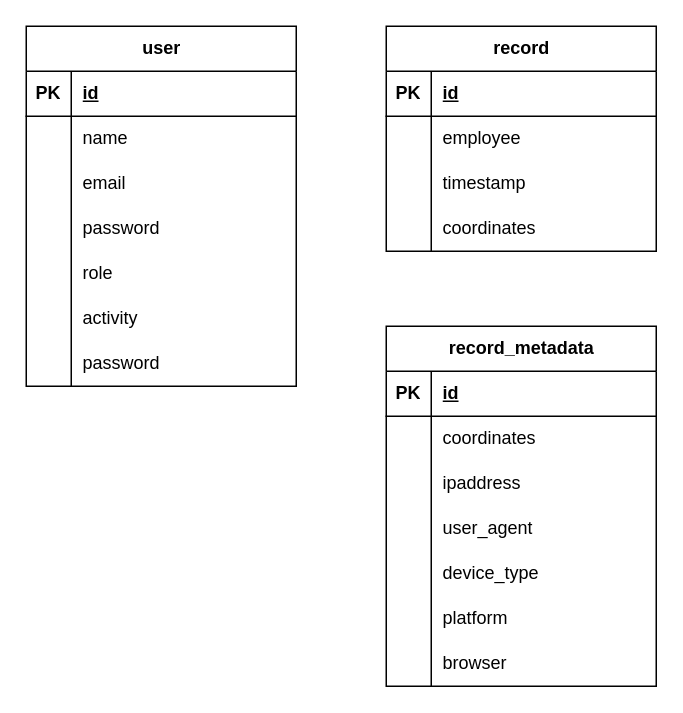
This is ER.drawio from itsjaof/esgts-projeto, a draw.io file, before an edit. Source tidied: cells renumbered, new cells numbered last; positions are measured from the earlier drawing's top-left corner, leaving out a move shared by most shapes. Both pictures are drawn from the tidied source at 150%, with x=0, y=0 at pixel (26, 26).
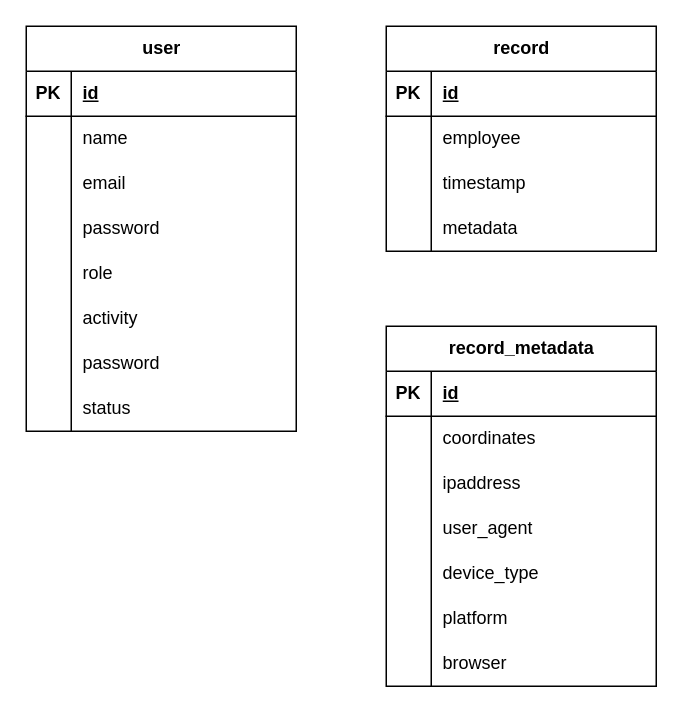
The same diagram, later.

The change refers to these unchanged cells:
```xml
<mxCell id="34" style="shape=tableRow;horizontal=0;startSize=0;swimlaneHead=0;swimlaneBody=0;fillColor=none;top=0;left=0;right=0;bottom=0;" parent="24" vertex="1">
  <mxGeometry y="120" width="180" height="30" as="geometry" />
</mxCell>
```

Diff of the diagram source:
```diff
@@
     <mxCell id="2" value="user" style="shape=table;startSize=30;childLayout=tableLayout;rowLines=0;fontStyle=1;align=center;html=1;" parent="1" vertex="1">
-      <mxGeometry width="180" height="240" as="geometry" />
+      <mxGeometry width="180" height="270" as="geometry" />
     </mxCell>
@@
+    <mxCell id="59" style="shape=tableRow;horizontal=0;startSize=0;swimlaneHead=0;swimlaneBody=0;fillColor=none;top=0;left=0;right=0;bottom=0;" parent="2" vertex="1">
+      <mxGeometry y="240" width="180" height="30" as="geometry" />
+    </mxCell>
+    <mxCell id="60" style="shape=partialRectangle;fillColor=none;top=0;left=0;bottom=0;right=0;overflow=hidden;whiteSpace=wrap;html=1;" parent="59" vertex="1">
+      <mxGeometry width="30" height="30" as="geometry" />
+    </mxCell>
+    <mxCell id="61" value="status" style="shape=partialRectangle;fillColor=none;top=0;left=0;bottom=0;right=0;align=left;spacingLeft=6;overflow=hidden;whiteSpace=wrap;html=1;" parent="59" vertex="1">
+      <mxGeometry x="30" width="150" height="30" as="geometry" />
+    </mxCell>
@@
-    <mxCell id="36" value="coordinates" style="shape=partialRectangle;fillColor=none;top=0;left=0;bottom=0;right=0;align=left;spacingLeft=6;overflow=hidden;whiteSpace=wrap;html=1;" parent="34" vertex="1">
+    <mxCell id="36" value="metadata" style="shape=partialRectangle;fillColor=none;top=0;left=0;bottom=0;right=0;align=left;spacingLeft=6;overflow=hidden;whiteSpace=wrap;html=1;" parent="34" vertex="1">
       <mxGeometry x="30" width="150" height="30" as="geometry" />
     </mxCell>
```
